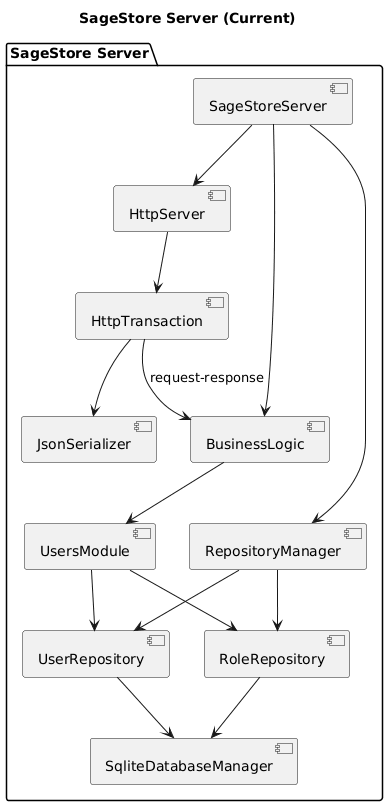
This is docs/server/Server_Design.png from Sage-Cat/SageStore, a PlantUML export, as it was before one commit.
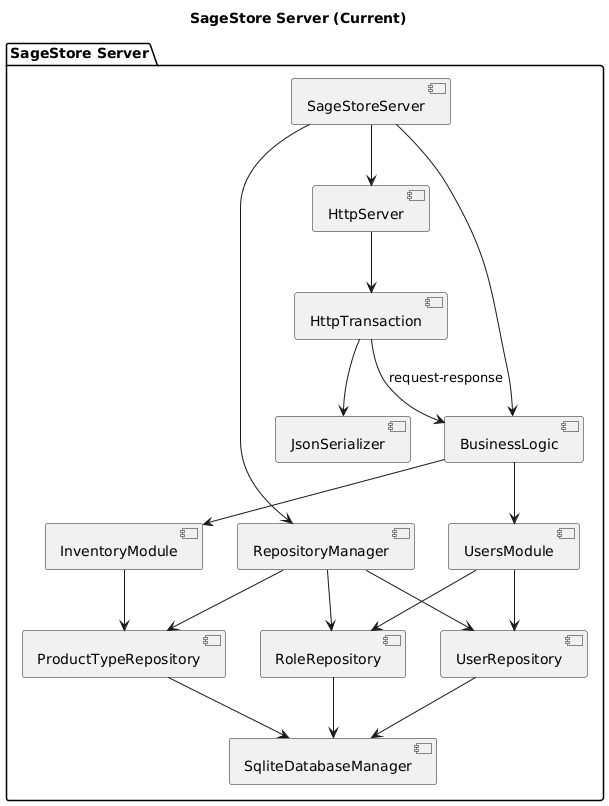
After the change.

What changed in the source:
```diff
@@ -11,10 +11,12 @@
 
     [BusinessLogic] as BL
     [UsersModule] as UM
+    [InventoryModule] as IM
 
     [RepositoryManager] as RM
     [UserRepository] as UR
     [RoleRepository] as RR
+    [ProductTypeRepository] as PTR
     [SqliteDatabaseManager] as DB
 
     APP --> HTTP
@@ -26,13 +28,18 @@
     TX --> BL : request-response
 
     BL --> UM
+    BL --> IM
+
     UM --> UR
     UM --> RR
+    IM --> PTR
 
     RM --> UR
     RM --> RR
+    RM --> PTR
     UR --> DB
     RR --> DB
+    PTR --> DB
 }
 
 @enduml
```
